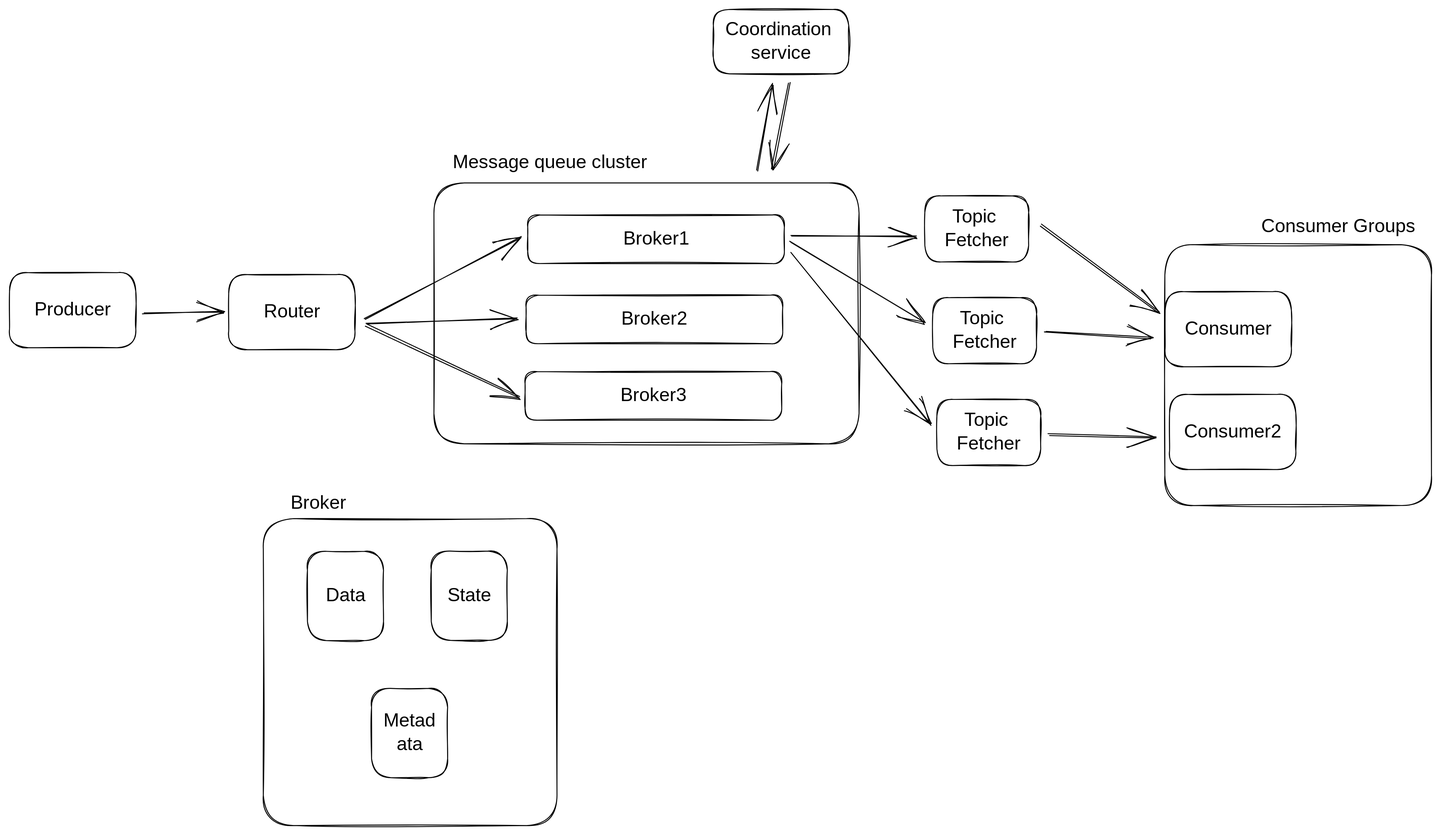
Before: .gitbook/assets/file.excalidraw (7).svg, a diagram exported from Excalidraw (dongzeli95/swe-interview). Source tidied: one line per element, renumbered; positions are measured from the earlier drawing's top-left corner, leaving out a move shared by most shapes.
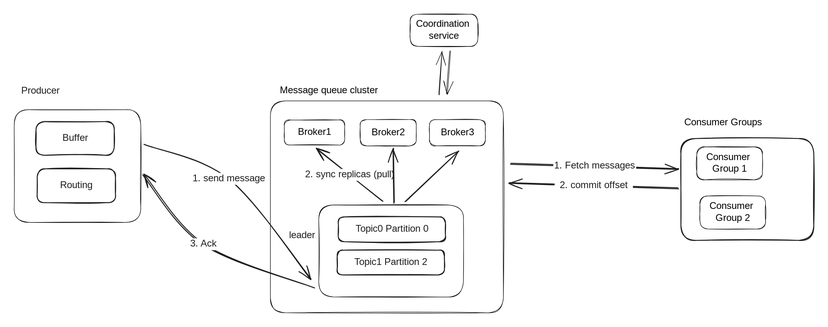
The same diagram one commit later.

The edit, as a diff of the source:
```diff
@@ -1,46 +1,42 @@
-{"id": 0, "type": "rectangle", "strokeColor": "#000000", "strokeWidth": 1, "roughness": 1, "round": true, "x": 0, "y": 278, "width": 133, "height": 79}
+{"id": 0, "type": "rectangle", "strokeColor": "#000000", "strokeWidth": 1, "roughness": 1, "round": true, "x": -93, "y": 202, "width": 267, "height": 238}
-{"id": 1, "type": "text", "text": "Producer", "strokeColor": "#000000", "strokeWidth": 1, "roughness": 1, "fontSize": 20, "fontFamily": 1, "textAlign": "center", "verticalAlign": "middle", "inside": 0, "x": 24, "y": 305, "width": 85, "height": 25}
-{"id": 2, "type": "rectangle", "strokeColor": "#000000", "strokeWidth": 1, "roughness": 1, "round": true, "x": 1221, "y": 298, "width": 133, "height": 79}
-{"id": 3, "type": "text", "text": "Consumer", "strokeColor": "#000000", "strokeWidth": 1, "roughness": 1, "fontSize": 20, "fontFamily": 1, "textAlign": "center", "verticalAlign": "middle", "inside": 2, "x": 1243, "y": 325, "width": 88, "height": 25}
-{"id": 4, "type": "rectangle", "strokeColor": "#000000", "strokeWidth": 1, "roughness": 1, "round": true, "x": 448, "y": 183, "width": 449, "height": 276}
+{"id": 4, "type": "rectangle", "strokeColor": "#000000", "strokeWidth": 1, "roughness": 1, "round": true, "x": 448, "y": 183, "width": 492, "height": 448}
 {"id": 5, "type": "text", "text": "Message queue cluster", "strokeColor": "#000000", "strokeWidth": 1, "roughness": 1, "fontSize": 20, "fontFamily": 1, "x": 468, "y": 149, "width": 226, "height": 25}
-{"id": 6, "type": "rectangle", "strokeColor": "#000000", "strokeWidth": 1, "roughness": 1, "round": true, "x": 547, "y": 217, "width": 271, "height": 51}
+{"id": 6, "type": "rectangle", "strokeColor": "#000000", "strokeWidth": 1, "roughness": 1, "round": true, "x": 478, "y": 223, "width": 128, "height": 53}
-{"id": 7, "type": "text", "text": "Broker1", "strokeColor": "#000000", "strokeWidth": 1, "roughness": 1, "fontSize": 20, "fontFamily": 1, "textAlign": "center", "verticalAlign": "middle", "inside": 6, "x": 648, "y": 230, "width": 69, "height": 25}
+{"id": 7, "type": "text", "text": "Broker1", "strokeColor": "#000000", "strokeWidth": 1, "roughness": 1, "fontSize": 20, "fontFamily": 1, "textAlign": "center", "verticalAlign": "middle", "inside": 6, "x": 507, "y": 237, "width": 69, "height": 25}
-{"id": 8, "type": "rectangle", "strokeColor": "#000000", "strokeWidth": 1, "roughness": 1, "round": true, "x": 546, "y": 302, "width": 271, "height": 51}
-{"id": 9, "type": "text", "text": "Broker2", "strokeColor": "#000000", "strokeWidth": 1, "roughness": 1, "fontSize": 20, "fontFamily": 1, "textAlign": "center", "verticalAlign": "middle", "inside": 8, "x": 642, "y": 315, "width": 78, "height": 25}
-{"id": 10, "type": "rectangle", "strokeColor": "#000000", "strokeWidth": 1, "roughness": 1, "round": true, "x": 545, "y": 383, "width": 271, "height": 51}
-{"id": 11, "type": "text", "text": "Broker3", "strokeColor": "#000000", "strokeWidth": 1, "roughness": 1, "fontSize": 20, "fontFamily": 1, "textAlign": "center", "verticalAlign": "middle", "inside": 10, "x": 642, "y": 396, "width": 77, "height": 25}
-{"id": 12, "type": "rectangle", "strokeColor": "#000000", "strokeWidth": 1, "roughness": 1, "round": true, "x": 232, "y": 280, "width": 133, "height": 79}
-{"id": 13, "type": "text", "text": "Router", "strokeColor": "#000000", "strokeWidth": 1, "roughness": 1, "fontSize": 20, "fontFamily": 1, "textAlign": "center", "verticalAlign": "middle", "inside": 12, "x": 265, "y": 307, "width": 67, "height": 25}
-{"id": 14, "type": "arrow", "strokeColor": "#000000", "strokeWidth": 1, "roughness": 1, "endArrowhead": "arrow", "round": true, "from": 0, "to": 12, "x": 141, "y": 321, "width": 84, "height": 1, "points": [[0, 0], [84, -1]]}
-{"id": 15, "type": "arrow", "strokeColor": "#000000", "strokeWidth": 1, "roughness": 1, "endArrowhead": "arrow", "round": true, "from": 12, "to": 6, "x": 375, "y": 327, "width": 164, "height": 87, "points": [[0, 0], [164, -87]]}
-{"id": 16, "type": "arrow", "strokeColor": "#000000", "strokeWidth": 1, "roughness": 1, "endArrowhead": "arrow", "round": true, "from": 12, "to": 8, "x": 378, "y": 332, "width": 158, "height": 5, "points": [[0, 0], [158, -5]]}
-{"id": 17, "type": "arrow", "strokeColor": "#000000", "strokeWidth": 1, "roughness": 1, "endArrowhead": "arrow", "round": true, "from": 12, "to": 10, "x": 378, "y": 333, "width": 161, "height": 76, "points": [[0, 0], [161, 76]]}
-{"id": 18, "type": "rectangle", "strokeColor": "#000000", "strokeWidth": 1, "roughness": 1, "round": true, "x": 967, "y": 197, "width": 110, "height": 70}
-{"id": 19, "type": "text", "text": "Topic \nFetcher", "strokeColor": "#000000", "strokeWidth": 1, "roughness": 1, "fontSize": 20, "fontFamily": 1, "textAlign": "center", "verticalAlign": "middle", "inside": 18, "x": 985, "y": 207, "width": 73, "height": 50}
-{"id": 20, "type": "rectangle", "strokeColor": "#000000", "strokeWidth": 1, "roughness": 1, "round": true, "x": 975, "y": 304, "width": 110, "height": 70}
-{"id": 21, "type": "text", "text": "Topic \nFetcher", "strokeColor": "#000000", "strokeWidth": 1, "roughness": 1, "fontSize": 20, "fontFamily": 1, "textAlign": "center", "verticalAlign": "middle", "inside": 20, "x": 993, "y": 314, "width": 73, "height": 50}
-{"id": 22, "type": "rectangle", "strokeColor": "#000000", "strokeWidth": 1, "roughness": 1, "round": true, "x": 980, "y": 412, "width": 110, "height": 70}
-{"id": 23, "type": "text", "text": "Topic \nFetcher", "strokeColor": "#000000", "strokeWidth": 1, "roughness": 1, "fontSize": 20, "fontFamily": 1, "textAlign": "center", "verticalAlign": "middle", "inside": 22, "x": 998, "y": 422, "width": 73, "height": 50}
-{"id": 24, "type": "arrow", "strokeColor": "#000000", "strokeWidth": 1, "roughness": 1, "endArrowhead": "arrow", "round": true, "from": 6, "to": 18, "x": 825, "y": 239, "width": 133, "height": 1, "points": [[0, 0], [133, 1]]}
-{"id": 25, "type": "arrow", "strokeColor": "#000000", "strokeWidth": 1, "roughness": 1, "endArrowhead": "arrow", "round": true, "from": 6, "to": 20, "x": 825, "y": 246, "width": 141, "height": 84, "points": [[0, 0], [141, 84]]}
-{"id": 26, "type": "arrow", "strokeColor": "#000000", "strokeWidth": 1, "roughness": 1, "endArrowhead": "arrow", "round": true, "from": 6, "to": 22, "x": 827, "y": 258, "width": 146, "height": 181, "points": [[0, 0], [146, 181]]}
-{"id": 27, "type": "arrow", "strokeColor": "#000000", "strokeWidth": 1, "roughness": 1, "endArrowhead": "arrow", "round": true, "from": 18, "to": 2, "x": 1089, "y": 228, "width": 124, "height": 92, "points": [[0, 0], [124, 92]]}
-{"id": 28, "type": "arrow", "strokeColor": "#000000", "strokeWidth": 1, "roughness": 1, "endArrowhead": "arrow", "round": true, "from": 20, "to": 2, "x": 1094, "y": 340, "width": 112, "height": 7, "points": [[0, 0], [112, 7]]}
-{"id": 29, "type": "rectangle", "strokeColor": "#000000", "strokeWidth": 1, "roughness": 1, "round": true, "x": 1225, "y": 407, "width": 133, "height": 79}
-{"id": 30, "type": "text", "text": "Consumer2", "strokeColor": "#000000", "strokeWidth": 1, "roughness": 1, "fontSize": 20, "fontFamily": 1, "textAlign": "center", "verticalAlign": "middle", "inside": 29, "x": 1241, "y": 434, "width": 102, "height": 25}
-{"id": 31, "type": "arrow", "strokeColor": "#000000", "strokeWidth": 1, "roughness": 1, "endArrowhead": "arrow", "round": true, "from": 22, "to": 29, "x": 1098, "y": 449, "width": 113, "height": 3, "points": [[0, 0], [113, 3]]}
-{"id": 32, "type": "rectangle", "strokeColor": "#000000", "strokeWidth": 1, "roughness": 1, "round": true, "x": 1220, "y": 248, "width": 282, "height": 276}
 {"id": 33, "type": "text", "text": "Consumer Groups", "strokeColor": "#000000", "strokeWidth": 1, "roughness": 1, "fontSize": 20, "fontFamily": 1, "x": 1322, "y": 217, "width": 165, "height": 25}
 {"id": 34, "type": "rectangle", "strokeColor": "#000000", "strokeWidth": 1, "roughness": 1, "round": true, "x": 743, "y": 0, "width": 143, "height": 68}
 {"id": 35, "type": "text", "text": "Coordination \nservice", "strokeColor": "#000000", "strokeWidth": 1, "roughness": 1, "fontSize": 20, "fontFamily": 1, "textAlign": "center", "verticalAlign": "middle", "inside": 34, "x": 751, "y": 9, "width": 128, "height": 50}
-{"id": 36, "type": "arrow", "strokeColor": "#000000", "strokeWidth": 1, "roughness": 1, "endArrowhead": "arrow", "round": true, "from": 4, "to": 34, "x": 790, "y": 171, "width": 15, "height": 93, "points": [[0, 0], [15, -93]]}
+{"id": 36, "type": "arrow", "strokeColor": "#000000", "strokeWidth": 1, "roughness": 1, "endArrowhead": "arrow", "round": true, "from": 4, "to": 34, "x": 805, "y": 171, "width": 5, "height": 93, "points": [[0, 0], [5, -93]]}
-{"id": 37, "type": "arrow", "strokeColor": "#000000", "strokeWidth": 1, "roughness": 1, "endArrowhead": "arrow", "round": true, "from": 34, "to": 4, "x": 823, "y": 77, "width": 18, "height": 92, "points": [[0, 0], [-18, 92]]}
+{"id": 37, "type": "arrow", "strokeColor": "#000000", "strokeWidth": 1, "roughness": 1, "endArrowhead": "arrow", "round": true, "from": 34, "to": 4, "x": 828, "y": 77, "width": 7, "height": 92, "points": [[0, 0], [-7, 92]]}
-{"id": 38, "type": "rectangle", "strokeColor": "#000000", "strokeWidth": 1, "roughness": 1, "round": true, "x": 268, "y": 538, "width": 310, "height": 324}
-{"id": 39, "type": "rectangle", "strokeColor": "#000000", "strokeWidth": 1, "roughness": 1, "round": true, "x": 315, "y": 572, "width": 80, "height": 94}
-{"id": 40, "type": "text", "text": "Data", "strokeColor": "#000000", "strokeWidth": 1, "roughness": 1, "fontSize": 20, "fontFamily": 1, "textAlign": "center", "verticalAlign": "middle", "inside": 39, "x": 328, "y": 607, "width": 54, "height": 25}
-{"id": 41, "type": "rectangle", "strokeColor": "#000000", "strokeWidth": 1, "roughness": 1, "round": true, "x": 445, "y": 572, "width": 80, "height": 94}
-{"id": 42, "type": "text", "text": "State", "strokeColor": "#000000", "strokeWidth": 1, "roughness": 1, "fontSize": 20, "fontFamily": 1, "textAlign": "center", "verticalAlign": "middle", "inside": 41, "x": 456, "y": 607, "width": 59, "height": 25}
-{"id": 43, "type": "rectangle", "strokeColor": "#000000", "strokeWidth": 1, "roughness": 1, "round": true, "x": 382, "y": 717, "width": 80, "height": 94}
-{"id": 44, "type": "text", "text": "Metad\nata", "strokeColor": "#000000", "strokeWidth": 1, "roughness": 1, "fontSize": 20, "fontFamily": 1, "textAlign": "center", "verticalAlign": "middle", "inside": 43, "x": 391, "y": 739, "width": 62, "height": 50}
-{"id": 45, "type": "text", "text": "Broker", "strokeColor": "#000000", "strokeWidth": 1, "roughness": 1, "fontSize": 20, "fontFamily": 1, "x": 297, "y": 509, "width": 63, "height": 25}
+{"id": 1, "type": "text", "text": "Producer", "strokeColor": "#1e1e1e", "strokeWidth": 2, "roughness": 1, "fontSize": 20, "fontFamily": 1, "x": -78, "y": 150, "width": 85, "height": 25}
+{"id": 46, "type": "rectangle", "strokeColor": "#1e1e1e", "strokeWidth": 2, "roughness": 1, "round": true, "x": -47, "y": 227, "width": 165, "height": 71}
+{"id": 47, "type": "text", "text": "Buffer", "strokeColor": "#1e1e1e", "strokeWidth": 2, "roughness": 1, "fontSize": 20, "fontFamily": 1, "textAlign": "center", "verticalAlign": "middle", "inside": 46, "x": 3, "y": 250, "width": 65, "height": 25}
+{"id": 48, "type": "rectangle", "strokeColor": "#1e1e1e", "strokeWidth": 2, "roughness": 1, "round": true, "x": -44, "y": 327, "width": 165, "height": 71}
+{"id": 49, "type": "text", "text": "Routing", "strokeColor": "#1e1e1e", "strokeWidth": 2, "roughness": 1, "fontSize": 20, "fontFamily": 1, "textAlign": "center", "verticalAlign": "middle", "inside": 48, "x": 3, "y": 350, "width": 71, "height": 25}
+{"id": 50, "type": "rectangle", "strokeColor": "#1e1e1e", "strokeWidth": 2, "roughness": 1, "round": true, "x": 1315, "y": 263, "width": 281, "height": 215}
+{"id": 51, "type": "rectangle", "strokeColor": "#000000", "strokeWidth": 1, "roughness": 1, "round": true, "x": 638, "y": 223, "width": 118, "height": 56}
+{"id": 9, "type": "text", "text": "Broker2", "strokeColor": "#000000", "strokeWidth": 1, "roughness": 1, "fontSize": 20, "fontFamily": 1, "textAlign": "center", "verticalAlign": "middle", "inside": 51, "x": 658, "y": 238, "width": 78, "height": 25}
+{"id": 52, "type": "rectangle", "strokeColor": "#000000", "strokeWidth": 1, "roughness": 1, "round": true, "x": 550, "y": 403, "width": 306, "height": 194}
+{"id": 53, "type": "arrow", "strokeColor": "#1e1e1e", "strokeWidth": 2, "roughness": 1, "endArrowhead": "arrow", "round": true, "from": 4, "to": 50, "x": 956, "y": 315, "width": 355, "height": 11, "points": [[0, 0], [355, 11]]}
+{"id": 54, "type": "text", "text": "1. Fetch messages", "strokeColor": "#1e1e1e", "strokeWidth": 2, "roughness": 1, "fontSize": 20, "fontFamily": 1, "textAlign": "center", "verticalAlign": "middle", "inside": 53, "x": 1046, "y": 308, "width": 175, "height": 25}
+{"id": 55, "type": "arrow", "strokeColor": "#1e1e1e", "strokeWidth": 2, "roughness": 1, "endArrowhead": "arrow", "round": true, "from": 50, "to": 4, "x": 1310, "y": 367, "width": 357, "height": 11, "points": [[0, 0], [-357, -11]]}
+{"id": 56, "type": "text", "text": "2. commit offset", "strokeColor": "#1e1e1e", "strokeWidth": 2, "roughness": 1, "fontSize": 20, "fontFamily": 1, "textAlign": "center", "verticalAlign": "middle", "inside": 55, "x": 1048, "y": 349, "width": 165, "height": 25}
+{"id": 57, "type": "rectangle", "strokeColor": "#1e1e1e", "strokeWidth": 2, "roughness": 1, "round": true, "x": 592, "y": 428, "width": 226, "height": 52}
+{"id": 58, "type": "text", "text": "Topic0 Partition 0", "strokeColor": "#1e1e1e", "strokeWidth": 2, "roughness": 1, "fontSize": 20, "fontFamily": 1, "textAlign": "center", "verticalAlign": "middle", "inside": 57, "x": 612, "y": 442, "width": 186, "height": 25}
+{"id": 59, "type": "rectangle", "strokeColor": "#1e1e1e", "strokeWidth": 2, "roughness": 1, "round": true, "x": 589, "y": 498, "width": 226, "height": 52}
+{"id": 60, "type": "text", "text": "Topic1 Partition 2", "strokeColor": "#1e1e1e", "strokeWidth": 2, "roughness": 1, "fontSize": 20, "fontFamily": 1, "textAlign": "center", "verticalAlign": "middle", "inside": 59, "x": 614, "y": 512, "width": 178, "height": 25}
+{"id": 61, "type": "arrow", "strokeColor": "#1e1e1e", "strokeWidth": 2, "roughness": 1, "endArrowhead": "arrow", "round": true, "from": 0, "to": 52, "x": 183, "y": 275, "width": 351, "height": 284, "points": [[0, 0], [178, 73], [351, 284]]}
+{"id": 62, "type": "text", "text": "1. send message", "strokeColor": "#1e1e1e", "strokeWidth": 2, "roughness": 1, "fontSize": 20, "fontFamily": 1, "textAlign": "center", "verticalAlign": "middle", "inside": 61, "x": 284, "y": 335, "width": 153, "height": 25}
+{"id": 63, "type": "text", "text": "leader", "strokeColor": "#1e1e1e", "strokeWidth": 2, "roughness": 1, "fontSize": 20, "fontFamily": 1, "x": 488, "y": 455, "width": 60, "height": 25}
+{"id": 64, "type": "arrow", "strokeColor": "#1e1e1e", "strokeWidth": 2, "roughness": 1, "endArrowhead": "arrow", "round": true, "from": 52, "to": 0, "x": 542, "y": 577, "width": 362, "height": 239, "points": [[0, 0], [-235, -91], [-362, -239]]}
+{"id": 65, "type": "text", "text": "3. Ack", "strokeColor": "#1e1e1e", "strokeWidth": 2, "roughness": 1, "fontSize": 20, "fontFamily": 1, "textAlign": "center", "verticalAlign": "middle", "inside": 64, "x": 276, "y": 473, "width": 62, "height": 25}
+{"id": 66, "type": "rectangle", "strokeColor": "#000000", "strokeWidth": 1, "roughness": 1, "round": true, "x": 1349, "y": 280, "width": 139, "height": 70}
+{"id": 67, "type": "text", "text": "Consumer \nGroup 1", "strokeColor": "#000000", "strokeWidth": 1, "roughness": 1, "fontSize": 20, "fontFamily": 1, "textAlign": "center", "verticalAlign": "middle", "inside": 66, "x": 1369, "y": 290, "width": 98, "height": 50}
+{"id": 68, "type": "rectangle", "strokeColor": "#000000", "strokeWidth": 1, "roughness": 1, "round": true, "x": 1355, "y": 384, "width": 139, "height": 70}
+{"id": 69, "type": "text", "text": "Consumer \nGroup 2", "strokeColor": "#000000", "strokeWidth": 1, "roughness": 1, "fontSize": 20, "fontFamily": 1, "textAlign": "center", "verticalAlign": "middle", "inside": 68, "x": 1376, "y": 394, "width": 98, "height": 50}
+{"id": 70, "type": "rectangle", "strokeColor": "#000000", "strokeWidth": 1, "roughness": 1, "round": true, "x": 784, "y": 222, "width": 118, "height": 56}
+{"id": 11, "type": "text", "text": "Broker3", "strokeColor": "#000000", "strokeWidth": 1, "roughness": 1, "fontSize": 20, "fontFamily": 1, "textAlign": "center", "verticalAlign": "middle", "inside": 70, "x": 805, "y": 238, "width": 77, "height": 25}
+{"id": 71, "type": "arrow", "strokeColor": "#1e1e1e", "strokeWidth": 2, "roughness": 1, "endArrowhead": "arrow", "round": true, "from": 52, "to": 51, "x": 709, "y": 398, "width": 1, "height": 115, "points": [[0, 0], [-1, -115]]}
+{"id": 72, "type": "arrow", "strokeColor": "#1e1e1e", "strokeWidth": 2, "roughness": 1, "endArrowhead": "arrow", "round": true, "from": 52, "to": 70, "x": 733, "y": 396, "width": 113, "height": 106, "points": [[0, 0], [113, -106]]}
+{"id": 73, "type": "arrow", "strokeColor": "#1e1e1e", "strokeWidth": 2, "roughness": 1, "endArrowhead": "arrow", "round": true, "from": 52, "to": 6, "x": 686, "y": 394, "width": 139, "height": 110, "points": [[0, 0], [-139, -110]]}
+{"id": 74, "type": "text", "text": "2. sync replicas (pull)", "strokeColor": "#1e1e1e", "strokeWidth": 2, "roughness": 1, "fontSize": 20, "fontFamily": 1, "textAlign": "center", "verticalAlign": "middle", "inside": 73, "x": 512, "y": 327, "width": 209, "height": 25}
```
